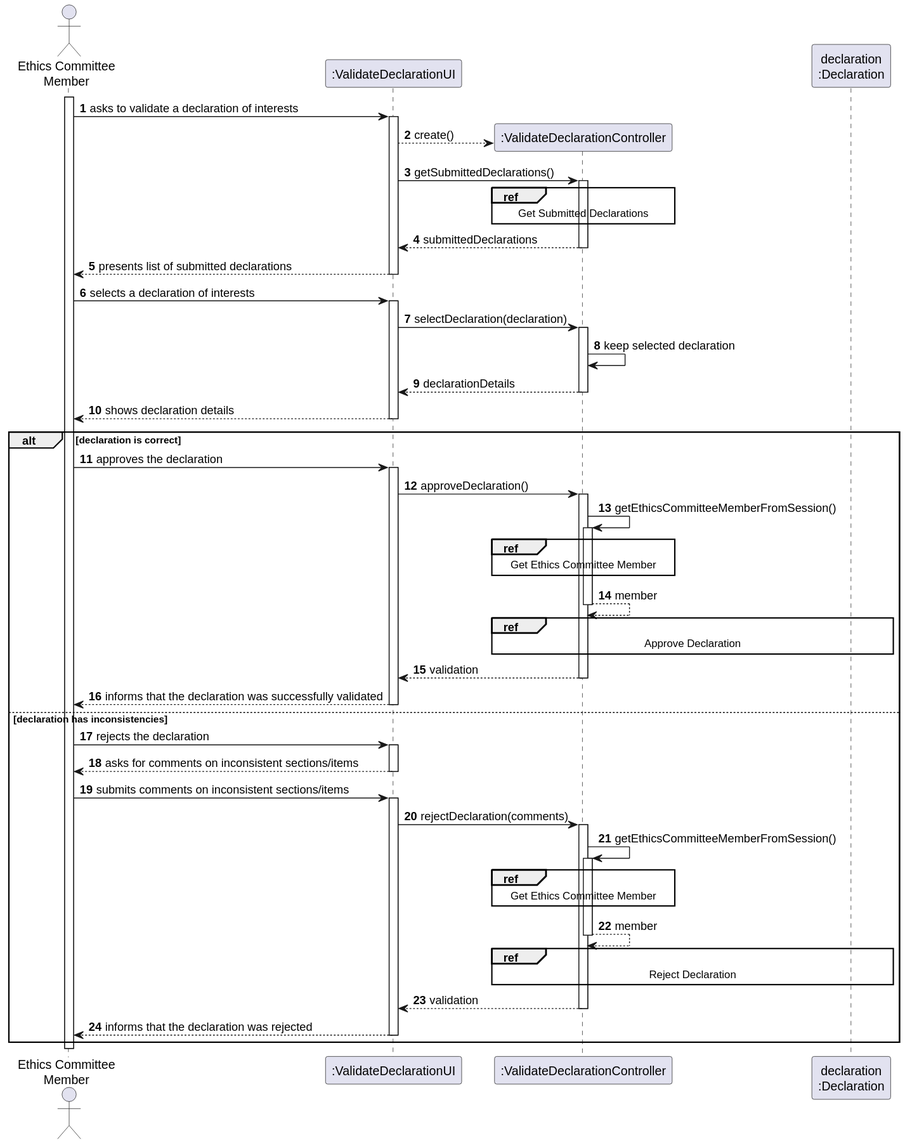
Above: docs/system-documentation/US08/03.design/svg/US08-SD-split.svg in Departamento-de-Engenharia-Informatica/sem2-pi-25-26-g096-repo (PlantUML), before the change.
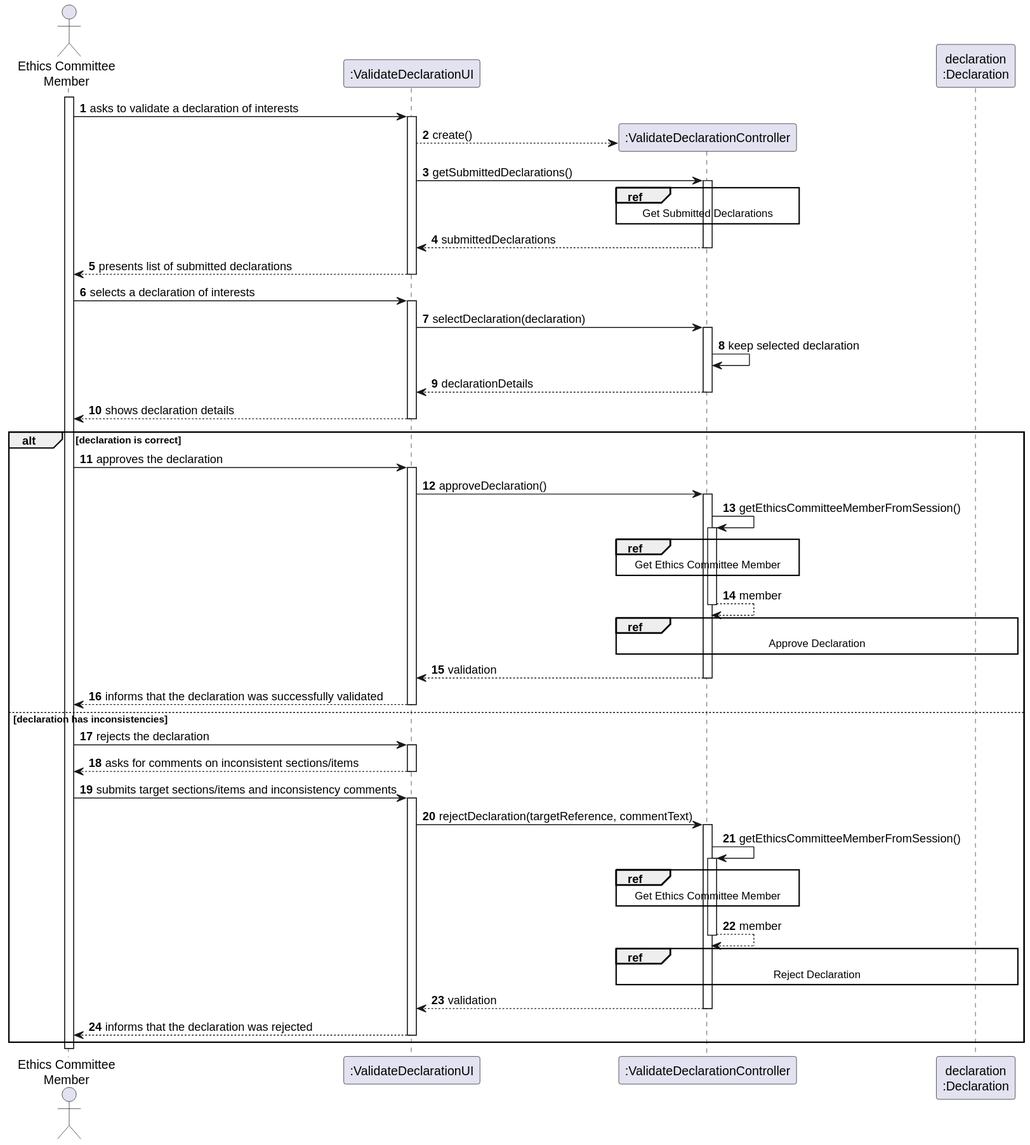
Later version of the same file.

Commit message:
US08 (Code & Docs) - Enhance validation process by adding target reference to annotations and updating method signatures for rejectDeclaration and addAnnotation [#30][#46][#52]

The edit, as a diff of the source:
```diff
@@ -72,9 +72,9 @@
             UI --> MEMBER_ACTOR : asks for comments on inconsistent sections/items
         deactivate UI
 
-        MEMBER_ACTOR -> UI : submits comments on inconsistent sections/items
+        MEMBER_ACTOR -> UI : submits target sections/items and inconsistency comments
         activate UI
-            UI -> CTRL : rejectDeclaration(comments)
+            UI -> CTRL : rejectDeclaration(targetReference, commentText)
             activate CTRL
 
                 CTRL -> CTRL : getEthicsCommitteeMemberFromSession()
```
